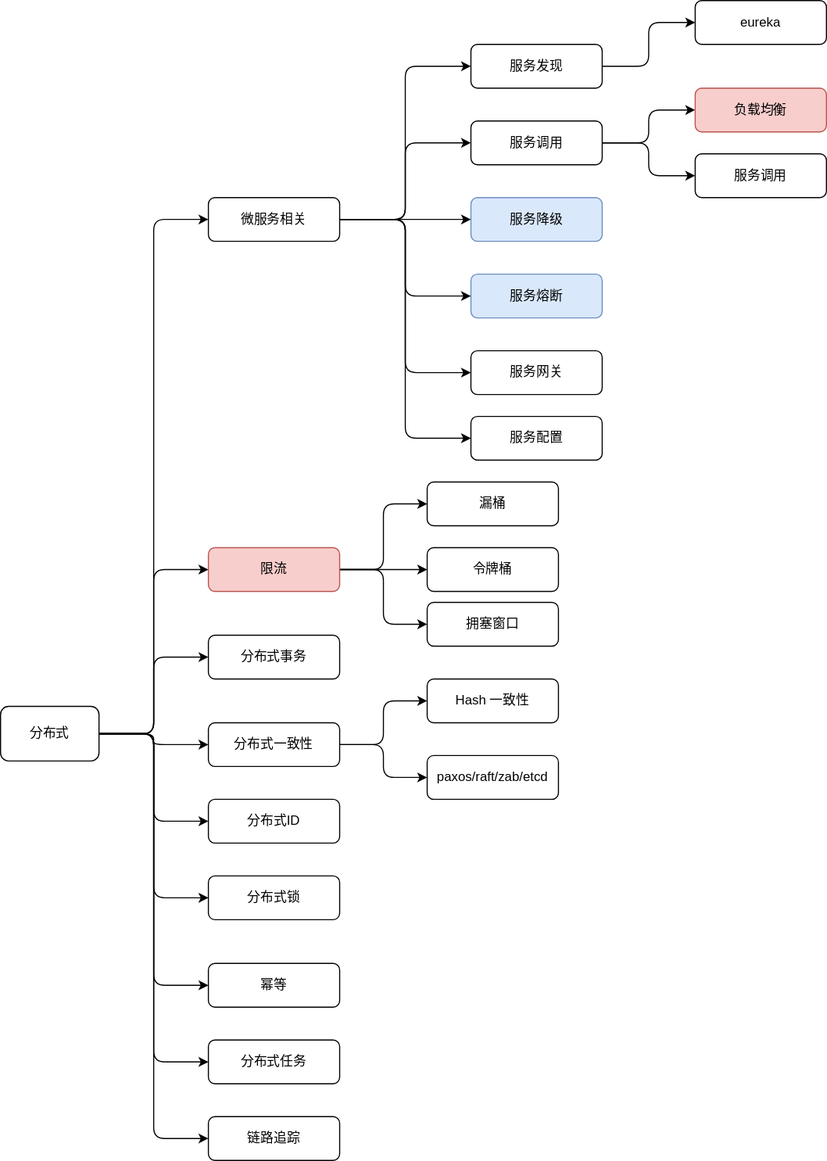
The draw.io diagram diagrams/@overview/06.分布式.svg in Alice52/diagrams, before a commit. Source tidied: cells renumbered, new cells last; positions are measured from the earlier drawing's top-left corner, leaving out a move shared by most shapes. The source it was exported from:
```xml
<mxGraphModel>
  <root>
    <mxCell id="0" />
    <mxCell id="1" parent="0" />
    <mxCell id="2" style="edgeStyle=orthogonalEdgeStyle;rounded=1;jettySize=auto;html=1;entryX=0;entryY=0.5;entryDx=0;entryDy=0;" parent="1" edge="1" source="11" target="18">
      <mxGeometry relative="1" as="geometry" />
    </mxCell>
    <mxCell id="3" style="edgeStyle=orthogonalEdgeStyle;rounded=1;jettySize=auto;html=1;entryX=0;entryY=0.5;entryDx=0;entryDy=0;" parent="1" edge="1" source="11" target="45">
      <mxGeometry relative="1" as="geometry" />
    </mxCell>
    <mxCell id="4" style="edgeStyle=orthogonalEdgeStyle;rounded=1;jettySize=auto;html=1;entryX=0;entryY=0.5;entryDx=0;entryDy=0;" parent="1" edge="1" source="11" target="22">
      <mxGeometry relative="1" as="geometry" />
    </mxCell>
    <mxCell id="5" style="edgeStyle=orthogonalEdgeStyle;rounded=1;jettySize=auto;html=1;entryX=0;entryY=0.5;entryDx=0;entryDy=0;" parent="1" edge="1" source="11" target="23">
      <mxGeometry relative="1" as="geometry" />
    </mxCell>
    <mxCell id="6" style="edgeStyle=orthogonalEdgeStyle;rounded=1;jettySize=auto;html=1;entryX=0;entryY=0.5;entryDx=0;entryDy=0;" parent="1" edge="1" source="11" target="26">
      <mxGeometry relative="1" as="geometry" />
    </mxCell>
    <mxCell id="7" style="edgeStyle=orthogonalEdgeStyle;rounded=1;jettySize=auto;html=1;entryX=0;entryY=0.5;entryDx=0;entryDy=0;" parent="1" edge="1" source="11" target="27">
      <mxGeometry relative="1" as="geometry" />
    </mxCell>
    <mxCell id="8" style="edgeStyle=orthogonalEdgeStyle;rounded=1;jettySize=auto;html=1;entryX=0;entryY=0.5;entryDx=0;entryDy=0;" parent="1" edge="1" source="11" target="29">
      <mxGeometry relative="1" as="geometry" />
    </mxCell>
    <mxCell id="9" style="edgeStyle=orthogonalEdgeStyle;rounded=1;jettySize=auto;html=1;entryX=0;entryY=0.5;entryDx=0;entryDy=0;" parent="1" edge="1" source="11" target="30">
      <mxGeometry relative="1" as="geometry" />
    </mxCell>
    <mxCell id="10" style="edgeStyle=orthogonalEdgeStyle;rounded=1;jettySize=auto;html=1;entryX=0;entryY=0.5;entryDx=0;entryDy=0;" parent="1" edge="1" source="11" target="28">
      <mxGeometry relative="1" as="geometry" />
    </mxCell>
    <mxCell id="11" value="分布式" style="rounded=1;whiteSpace=wrap;html=1;" parent="1" vertex="1">
      <mxGeometry y="645" width="90" height="50" as="geometry" />
    </mxCell>
    <mxCell id="12" style="edgeStyle=orthogonalEdgeStyle;rounded=1;jettySize=auto;html=1;" parent="1" edge="1" source="13" target="14">
      <mxGeometry relative="1" as="geometry" />
    </mxCell>
    <mxCell id="13" value="服务发现" style="rounded=1;whiteSpace=wrap;html=1;" parent="1" vertex="1">
      <mxGeometry x="430" y="40" width="120" height="40" as="geometry" />
    </mxCell>
    <mxCell id="14" value="eureka" style="rounded=1;whiteSpace=wrap;html=1;" parent="1" vertex="1">
      <mxGeometry x="635" width="120" height="40" as="geometry" />
    </mxCell>
    <mxCell id="15" style="edgeStyle=orthogonalEdgeStyle;rounded=1;jettySize=auto;html=1;" parent="1" edge="1" source="18" target="20">
      <mxGeometry relative="1" as="geometry" />
    </mxCell>
    <mxCell id="16" style="edgeStyle=orthogonalEdgeStyle;rounded=1;jettySize=auto;html=1;entryX=0;entryY=0.5;entryDx=0;entryDy=0;" parent="1" edge="1" source="18" target="21">
      <mxGeometry relative="1" as="geometry" />
    </mxCell>
    <mxCell id="17" style="edgeStyle=orthogonalEdgeStyle;rounded=1;jettySize=auto;html=1;entryX=0;entryY=0.5;entryDx=0;entryDy=0;" parent="1" edge="1" source="18" target="19">
      <mxGeometry relative="1" as="geometry" />
    </mxCell>
    <mxCell id="18" value="限流" style="rounded=1;whiteSpace=wrap;html=1;fillColor=#f8cecc;strokeColor=#b85450;" parent="1" vertex="1">
      <mxGeometry x="190" y="500" width="120" height="40" as="geometry" />
    </mxCell>
    <mxCell id="19" value="漏桶" style="rounded=1;whiteSpace=wrap;html=1;" parent="1" vertex="1">
      <mxGeometry x="390" y="440" width="120" height="40" as="geometry" />
    </mxCell>
    <mxCell id="20" value="令牌桶" style="rounded=1;whiteSpace=wrap;html=1;" parent="1" vertex="1">
      <mxGeometry x="390" y="500" width="120" height="40" as="geometry" />
    </mxCell>
    <mxCell id="21" value="拥塞窗口" style="rounded=1;whiteSpace=wrap;html=1;" parent="1" vertex="1">
      <mxGeometry x="390" y="550" width="120" height="40" as="geometry" />
    </mxCell>
    <mxCell id="22" value="链路追踪" style="rounded=1;whiteSpace=wrap;html=1;" parent="1" vertex="1">
      <mxGeometry x="190" y="1020" width="120" height="40" as="geometry" />
    </mxCell>
    <mxCell id="23" value="分布式事务" style="rounded=1;whiteSpace=wrap;html=1;" parent="1" vertex="1">
      <mxGeometry x="190" y="580" width="120" height="40" as="geometry" />
    </mxCell>
    <mxCell id="24" style="edgeStyle=orthogonalEdgeStyle;rounded=1;jettySize=auto;html=1;entryX=0;entryY=0.5;entryDx=0;entryDy=0;" parent="1" edge="1" source="26" target="47">
      <mxGeometry relative="1" as="geometry" />
    </mxCell>
    <mxCell id="25" style="edgeStyle=orthogonalEdgeStyle;rounded=1;jettySize=auto;html=1;entryX=0;entryY=0.5;entryDx=0;entryDy=0;" parent="1" edge="1" source="26" target="48">
      <mxGeometry relative="1" as="geometry" />
    </mxCell>
    <mxCell id="26" value="分布式一致性" style="rounded=1;whiteSpace=wrap;html=1;" parent="1" vertex="1">
      <mxGeometry x="190" y="660" width="120" height="40" as="geometry" />
    </mxCell>
    <mxCell id="27" value="分布式ID" style="rounded=1;whiteSpace=wrap;html=1;" parent="1" vertex="1">
      <mxGeometry x="190" y="730" width="120" height="40" as="geometry" />
    </mxCell>
    <mxCell id="28" value="分布式任务" style="rounded=1;whiteSpace=wrap;html=1;" parent="1" vertex="1">
      <mxGeometry x="190" y="950" width="120" height="40" as="geometry" />
    </mxCell>
    <mxCell id="29" value="分布式锁" style="rounded=1;whiteSpace=wrap;html=1;" parent="1" vertex="1">
      <mxGeometry x="190" y="800" width="120" height="40" as="geometry" />
    </mxCell>
    <mxCell id="30" value="幂等" style="rounded=1;whiteSpace=wrap;html=1;" parent="1" vertex="1">
      <mxGeometry x="190" y="880" width="120" height="40" as="geometry" />
    </mxCell>
    <mxCell id="31" style="edgeStyle=orthogonalEdgeStyle;rounded=1;jettySize=auto;html=1;" parent="1" edge="1" source="33" target="34">
      <mxGeometry relative="1" as="geometry" />
    </mxCell>
    <mxCell id="32" style="edgeStyle=orthogonalEdgeStyle;rounded=1;jettySize=auto;html=1;entryX=0;entryY=0.5;entryDx=0;entryDy=0;" parent="1" edge="1" source="33" target="35">
      <mxGeometry relative="1" as="geometry" />
    </mxCell>
    <mxCell id="33" value="服务调用" style="rounded=1;whiteSpace=wrap;html=1;" parent="1" vertex="1">
      <mxGeometry x="430" y="110" width="120" height="40" as="geometry" />
    </mxCell>
    <mxCell id="34" value="负载均衡" style="rounded=1;whiteSpace=wrap;html=1;fillColor=#f8cecc;strokeColor=#b85450;" parent="1" vertex="1">
      <mxGeometry x="635" y="80" width="120" height="40" as="geometry" />
    </mxCell>
    <mxCell id="35" value="服务调用" style="rounded=1;whiteSpace=wrap;html=1;" parent="1" vertex="1">
      <mxGeometry x="635" y="140" width="120" height="40" as="geometry" />
    </mxCell>
    <mxCell id="36" value="服务降级" style="rounded=1;whiteSpace=wrap;html=1;fillColor=#dae8fc;strokeColor=#6c8ebf;" parent="1" vertex="1">
      <mxGeometry x="430" y="180" width="120" height="40" as="geometry" />
    </mxCell>
    <mxCell id="37" value="服务熔断" style="rounded=1;whiteSpace=wrap;html=1;fillColor=#dae8fc;strokeColor=#6c8ebf;" parent="1" vertex="1">
      <mxGeometry x="430" y="250" width="120" height="40" as="geometry" />
    </mxCell>
    <mxCell id="38" value="服务网关" style="rounded=1;whiteSpace=wrap;html=1;" parent="1" vertex="1">
      <mxGeometry x="430" y="320" width="120" height="40" as="geometry" />
    </mxCell>
    <mxCell id="39" style="edgeStyle=orthogonalEdgeStyle;rounded=1;jettySize=auto;html=1;entryX=0;entryY=0.5;entryDx=0;entryDy=0;" parent="1" edge="1" source="45" target="13">
      <mxGeometry relative="1" as="geometry" />
    </mxCell>
    <mxCell id="40" style="edgeStyle=orthogonalEdgeStyle;rounded=1;jettySize=auto;html=1;entryX=0;entryY=0.5;entryDx=0;entryDy=0;" parent="1" edge="1" source="45" target="33">
      <mxGeometry relative="1" as="geometry" />
    </mxCell>
    <mxCell id="41" style="edgeStyle=orthogonalEdgeStyle;rounded=1;jettySize=auto;html=1;entryX=0;entryY=0.5;entryDx=0;entryDy=0;" parent="1" edge="1" source="45" target="36">
      <mxGeometry relative="1" as="geometry" />
    </mxCell>
    <mxCell id="42" style="edgeStyle=orthogonalEdgeStyle;rounded=1;jettySize=auto;html=1;entryX=0;entryY=0.5;entryDx=0;entryDy=0;" parent="1" edge="1" source="45" target="37">
      <mxGeometry relative="1" as="geometry" />
    </mxCell>
    <mxCell id="43" style="edgeStyle=orthogonalEdgeStyle;rounded=1;jettySize=auto;html=1;entryX=0;entryY=0.5;entryDx=0;entryDy=0;" parent="1" edge="1" source="45" target="38">
      <mxGeometry relative="1" as="geometry" />
    </mxCell>
    <mxCell id="44" style="edgeStyle=orthogonalEdgeStyle;rounded=1;jettySize=auto;html=1;entryX=0;entryY=0.5;entryDx=0;entryDy=0;" parent="1" edge="1" source="45" target="46">
      <mxGeometry relative="1" as="geometry" />
    </mxCell>
    <mxCell id="45" value="微服务相关" style="rounded=1;whiteSpace=wrap;html=1;" parent="1" vertex="1">
      <mxGeometry x="190" y="180" width="120" height="40" as="geometry" />
    </mxCell>
    <mxCell id="46" value="服务配置" style="rounded=1;whiteSpace=wrap;html=1;" parent="1" vertex="1">
      <mxGeometry x="430" y="380" width="120" height="40" as="geometry" />
    </mxCell>
    <mxCell id="47" value="Hash 一致性" style="rounded=1;whiteSpace=wrap;html=1;" parent="1" vertex="1">
      <mxGeometry x="390" y="620" width="120" height="40" as="geometry" />
    </mxCell>
    <mxCell id="48" value="paxos/raft/zab/etcd" style="rounded=1;whiteSpace=wrap;html=1;" parent="1" vertex="1">
      <mxGeometry x="390" y="690" width="120" height="40" as="geometry" />
    </mxCell>
  </root>
</mxGraphModel>
```
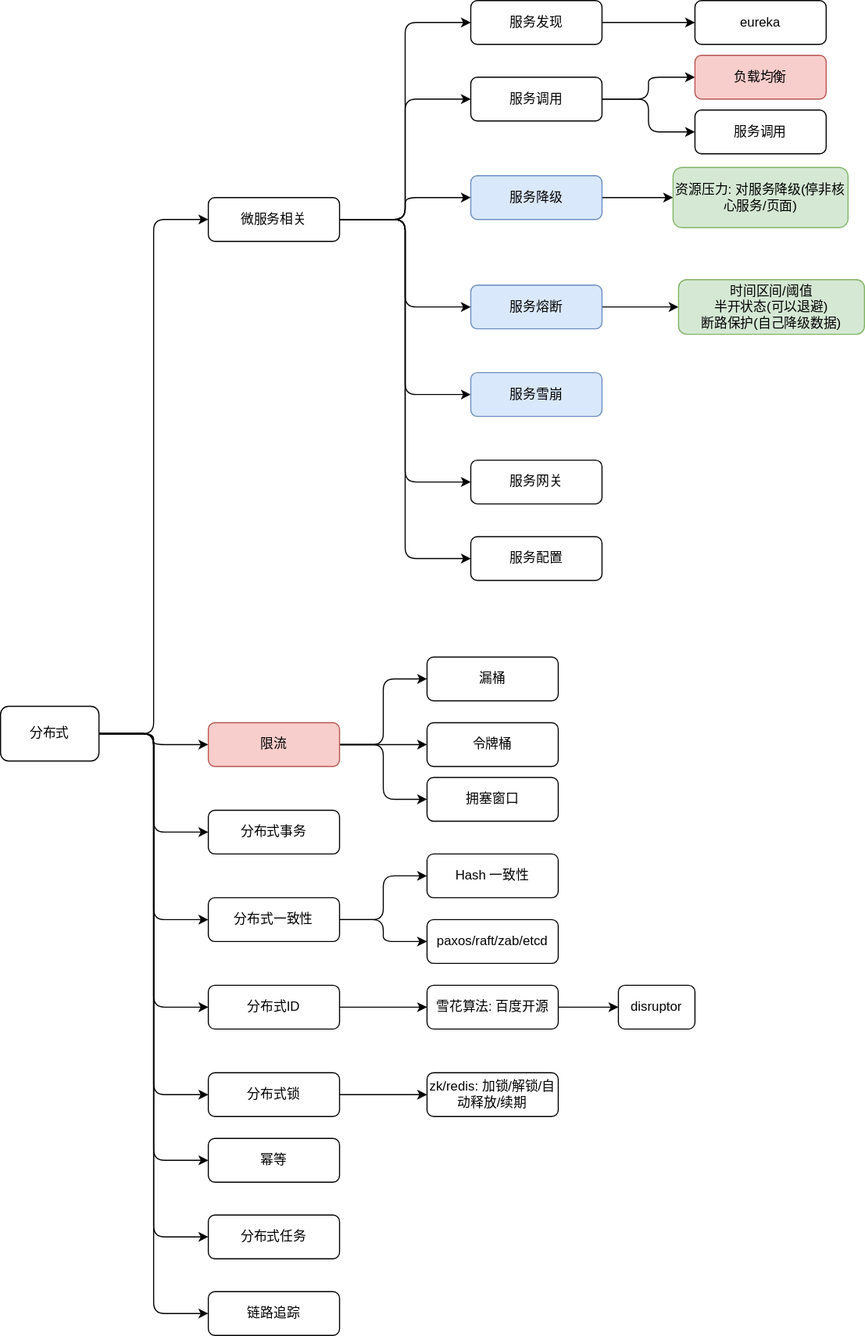
Above is the later version.

What changed in the source:
```diff
@@ -36,7 +36,7 @@
       <mxGeometry relative="1" as="geometry" />
     </mxCell>
     <mxCell id="13" value="服务发现" style="rounded=1;whiteSpace=wrap;html=1;" parent="1" vertex="1">
-      <mxGeometry x="430" y="40" width="120" height="40" as="geometry" />
+      <mxGeometry x="430" width="120" height="40" as="geometry" />
     </mxCell>
     <mxCell id="14" value="eureka" style="rounded=1;whiteSpace=wrap;html=1;" parent="1" vertex="1">
       <mxGeometry x="635" width="120" height="40" as="geometry" />
@@ -51,22 +51,22 @@
       <mxGeometry relative="1" as="geometry" />
     </mxCell>
     <mxCell id="18" value="限流" style="rounded=1;whiteSpace=wrap;html=1;fillColor=#f8cecc;strokeColor=#b85450;" parent="1" vertex="1">
-      <mxGeometry x="190" y="500" width="120" height="40" as="geometry" />
+      <mxGeometry x="190" y="660" width="120" height="40" as="geometry" />
     </mxCell>
     <mxCell id="19" value="漏桶" style="rounded=1;whiteSpace=wrap;html=1;" parent="1" vertex="1">
-      <mxGeometry x="390" y="440" width="120" height="40" as="geometry" />
+      <mxGeometry x="390" y="600" width="120" height="40" as="geometry" />
     </mxCell>
     <mxCell id="20" value="令牌桶" style="rounded=1;whiteSpace=wrap;html=1;" parent="1" vertex="1">
-      <mxGeometry x="390" y="500" width="120" height="40" as="geometry" />
+      <mxGeometry x="390" y="660" width="120" height="40" as="geometry" />
     </mxCell>
     <mxCell id="21" value="拥塞窗口" style="rounded=1;whiteSpace=wrap;html=1;" parent="1" vertex="1">
-      <mxGeometry x="390" y="550" width="120" height="40" as="geometry" />
+      <mxGeometry x="390" y="710" width="120" height="40" as="geometry" />
     </mxCell>
     <mxCell id="22" value="链路追踪" style="rounded=1;whiteSpace=wrap;html=1;" parent="1" vertex="1">
-      <mxGeometry x="190" y="1020" width="120" height="40" as="geometry" />
+      <mxGeometry x="190" y="1180" width="120" height="40" as="geometry" />
     </mxCell>
     <mxCell id="23" value="分布式事务" style="rounded=1;whiteSpace=wrap;html=1;" parent="1" vertex="1">
-      <mxGeometry x="190" y="580" width="120" height="40" as="geometry" />
+      <mxGeometry x="190" y="740" width="120" height="40" as="geometry" />
     </mxCell>
     <mxCell id="24" style="edgeStyle=orthogonalEdgeStyle;rounded=1;jettySize=auto;html=1;entryX=0;entryY=0.5;entryDx=0;entryDy=0;" parent="1" edge="1" source="26" target="47">
       <mxGeometry relative="1" as="geometry" />
@@ -75,19 +75,25 @@
       <mxGeometry relative="1" as="geometry" />
     </mxCell>
     <mxCell id="26" value="分布式一致性" style="rounded=1;whiteSpace=wrap;html=1;" parent="1" vertex="1">
-      <mxGeometry x="190" y="660" width="120" height="40" as="geometry" />
+      <mxGeometry x="190" y="820" width="120" height="40" as="geometry" />
     </mxCell>
+    <mxCell id="49" style="edgeStyle=orthogonalEdgeStyle;rounded=1;jettySize=auto;html=1;" parent="1" edge="1" source="27" target="57">
+      <mxGeometry relative="1" as="geometry" />
+    </mxCell>
     <mxCell id="27" value="分布式ID" style="rounded=1;whiteSpace=wrap;html=1;" parent="1" vertex="1">
-      <mxGeometry x="190" y="730" width="120" height="40" as="geometry" />
+      <mxGeometry x="190" y="900" width="120" height="40" as="geometry" />
     </mxCell>
     <mxCell id="28" value="分布式任务" style="rounded=1;whiteSpace=wrap;html=1;" parent="1" vertex="1">
-      <mxGeometry x="190" y="950" width="120" height="40" as="geometry" />
+      <mxGeometry x="190" y="1110" width="120" height="40" as="geometry" />
     </mxCell>
+    <mxCell id="50" style="edgeStyle=orthogonalEdgeStyle;rounded=1;jettySize=auto;html=1;" parent="1" edge="1" source="29" target="55">
+      <mxGeometry relative="1" as="geometry" />
+    </mxCell>
     <mxCell id="29" value="分布式锁" style="rounded=1;whiteSpace=wrap;html=1;" parent="1" vertex="1">
-      <mxGeometry x="190" y="800" width="120" height="40" as="geometry" />
+      <mxGeometry x="190" y="980" width="120" height="40" as="geometry" />
     </mxCell>
     <mxCell id="30" value="幂等" style="rounded=1;whiteSpace=wrap;html=1;" parent="1" vertex="1">
-      <mxGeometry x="190" y="880" width="120" height="40" as="geometry" />
+      <mxGeometry x="190" y="1040" width="120" height="40" as="geometry" />
     </mxCell>
     <mxCell id="31" style="edgeStyle=orthogonalEdgeStyle;rounded=1;jettySize=auto;html=1;" parent="1" edge="1" source="33" target="34">
       <mxGeometry relative="1" as="geometry" />
@@ -96,22 +102,28 @@
       <mxGeometry relative="1" as="geometry" />
     </mxCell>
     <mxCell id="33" value="服务调用" style="rounded=1;whiteSpace=wrap;html=1;" parent="1" vertex="1">
-      <mxGeometry x="430" y="110" width="120" height="40" as="geometry" />
+      <mxGeometry x="430" y="70" width="120" height="40" as="geometry" />
     </mxCell>
     <mxCell id="34" value="负载均衡" style="rounded=1;whiteSpace=wrap;html=1;fillColor=#f8cecc;strokeColor=#b85450;" parent="1" vertex="1">
-      <mxGeometry x="635" y="80" width="120" height="40" as="geometry" />
+      <mxGeometry x="635" y="50" width="120" height="40" as="geometry" />
     </mxCell>
     <mxCell id="35" value="服务调用" style="rounded=1;whiteSpace=wrap;html=1;" parent="1" vertex="1">
-      <mxGeometry x="635" y="140" width="120" height="40" as="geometry" />
+      <mxGeometry x="635" y="100" width="120" height="40" as="geometry" />
     </mxCell>
+    <mxCell id="51" style="edgeStyle=orthogonalEdgeStyle;rounded=1;jettySize=auto;html=1;" parent="1" edge="1" source="36" target="60">
+      <mxGeometry relative="1" as="geometry" />
+    </mxCell>
     <mxCell id="36" value="服务降级" style="rounded=1;whiteSpace=wrap;html=1;fillColor=#dae8fc;strokeColor=#6c8ebf;" parent="1" vertex="1">
-      <mxGeometry x="430" y="180" width="120" height="40" as="geometry" />
+      <mxGeometry x="430" y="160" width="120" height="40" as="geometry" />
     </mxCell>
+    <mxCell id="52" style="edgeStyle=orthogonalEdgeStyle;rounded=1;jettySize=auto;html=1;" parent="1" edge="1" source="37" target="59">
+      <mxGeometry relative="1" as="geometry" />
+    </mxCell>
     <mxCell id="37" value="服务熔断" style="rounded=1;whiteSpace=wrap;html=1;fillColor=#dae8fc;strokeColor=#6c8ebf;" parent="1" vertex="1">
-      <mxGeometry x="430" y="250" width="120" height="40" as="geometry" />
+      <mxGeometry x="430" y="260" width="120" height="40" as="geometry" />
     </mxCell>
     <mxCell id="38" value="服务网关" style="rounded=1;whiteSpace=wrap;html=1;" parent="1" vertex="1">
-      <mxGeometry x="430" y="320" width="120" height="40" as="geometry" />
+      <mxGeometry x="430" y="420" width="120" height="40" as="geometry" />
     </mxCell>
     <mxCell id="39" style="edgeStyle=orthogonalEdgeStyle;rounded=1;jettySize=auto;html=1;entryX=0;entryY=0.5;entryDx=0;entryDy=0;" parent="1" edge="1" source="45" target="13">
       <mxGeometry relative="1" as="geometry" />
@@ -131,17 +143,41 @@
     <mxCell id="44" style="edgeStyle=orthogonalEdgeStyle;rounded=1;jettySize=auto;html=1;entryX=0;entryY=0.5;entryDx=0;entryDy=0;" parent="1" edge="1" source="45" target="46">
       <mxGeometry relative="1" as="geometry" />
     </mxCell>
+    <mxCell id="53" style="edgeStyle=orthogonalEdgeStyle;rounded=1;jettySize=auto;html=1;entryX=0;entryY=0.5;entryDx=0;entryDy=0;" parent="1" edge="1" source="45" target="54">
+      <mxGeometry relative="1" as="geometry" />
+    </mxCell>
     <mxCell id="45" value="微服务相关" style="rounded=1;whiteSpace=wrap;html=1;" parent="1" vertex="1">
       <mxGeometry x="190" y="180" width="120" height="40" as="geometry" />
     </mxCell>
     <mxCell id="46" value="服务配置" style="rounded=1;whiteSpace=wrap;html=1;" parent="1" vertex="1">
-      <mxGeometry x="430" y="380" width="120" height="40" as="geometry" />
+      <mxGeometry x="430" y="490" width="120" height="40" as="geometry" />
     </mxCell>
     <mxCell id="47" value="Hash 一致性" style="rounded=1;whiteSpace=wrap;html=1;" parent="1" vertex="1">
-      <mxGeometry x="390" y="620" width="120" height="40" as="geometry" />
+      <mxGeometry x="390" y="780" width="120" height="40" as="geometry" />
     </mxCell>
     <mxCell id="48" value="paxos/raft/zab/etcd" style="rounded=1;whiteSpace=wrap;html=1;" parent="1" vertex="1">
-      <mxGeometry x="390" y="690" width="120" height="40" as="geometry" />
+      <mxGeometry x="390" y="840" width="120" height="40" as="geometry" />
     </mxCell>
+    <mxCell id="54" value="服务雪崩" style="rounded=1;whiteSpace=wrap;html=1;fillColor=#dae8fc;strokeColor=#6c8ebf;" parent="1" vertex="1">
+      <mxGeometry x="430" y="340" width="120" height="40" as="geometry" />
+    </mxCell>
+    <mxCell id="55" value="zk/redis: 加锁/解锁/自动释放/续期" style="rounded=1;whiteSpace=wrap;html=1;" parent="1" vertex="1">
+      <mxGeometry x="390" y="980" width="120" height="40" as="geometry" />
+    </mxCell>
+    <mxCell id="56" style="edgeStyle=orthogonalEdgeStyle;rounded=1;jettySize=auto;html=1;" parent="1" edge="1" source="57" target="58">
+      <mxGeometry relative="1" as="geometry" />
+    </mxCell>
+    <mxCell id="57" value="雪花算法: 百度开源" style="rounded=1;whiteSpace=wrap;html=1;" parent="1" vertex="1">
+      <mxGeometry x="390" y="900" width="120" height="40" as="geometry" />
+    </mxCell>
+    <mxCell id="58" value="&amp;nbsp;disruptor&amp;nbsp;" style="rounded=1;whiteSpace=wrap;html=1;" parent="1" vertex="1">
+      <mxGeometry x="565" y="900" width="70" height="40" as="geometry" />
+    </mxCell>
+    <mxCell id="59" value="时间区间/阈值&lt;br&gt;半开状态(可以退避)&lt;br&gt;断路保护(自己降级数据)" style="rounded=1;whiteSpace=wrap;html=1;fillColor=#d5e8d4;strokeColor=#82b366;" parent="1" vertex="1">
+      <mxGeometry x="620" y="255" width="170" height="50" as="geometry" />
+    </mxCell>
+    <mxCell id="60" value="资源压力: 对服务降级(停非核心服务/页面)&lt;br&gt;" style="rounded=1;whiteSpace=wrap;html=1;fillColor=#d5e8d4;strokeColor=#82b366;" parent="1" vertex="1">
+      <mxGeometry x="615" y="152.5" width="160" height="55" as="geometry" />
+    </mxCell>
   </root>
 </mxGraphModel>
```
